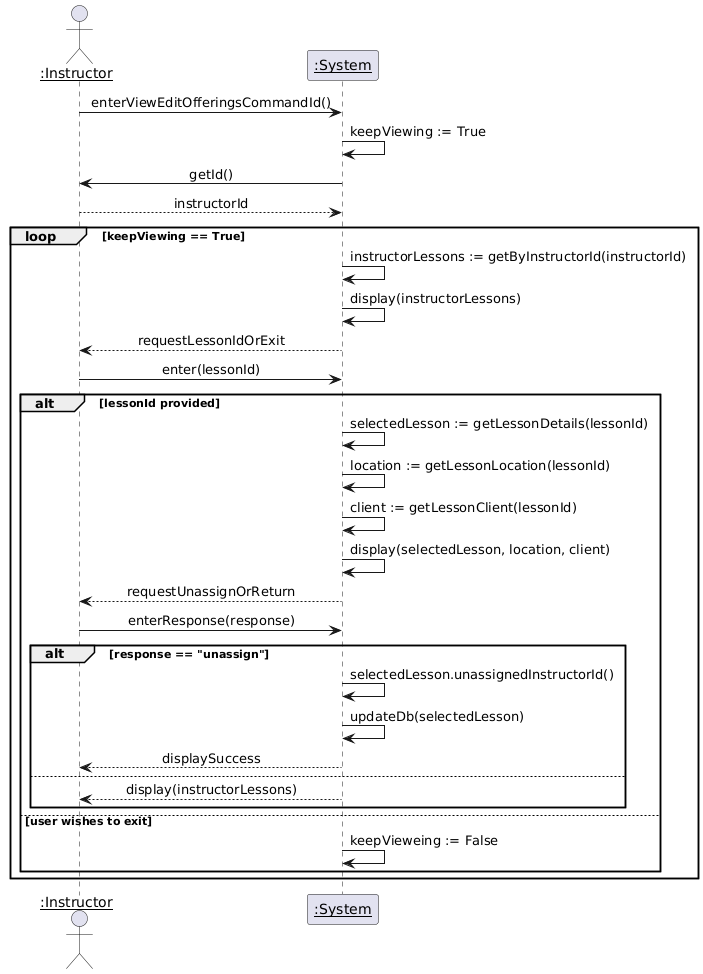
Niravanaa/Alouer-SOEN342 keeps this PlantUML diagram as iterationDeliverables/iteration-2/SystemSequenceDiagrams/Images/Instructor-ViewEditOfferings.png. Above is the earlier version. Source of this version:
```plantuml
@startuml
skinparam sequenceMessageAlign center

actor "<u>:Instructor" as instructor
participant "<u>:System" as system

instructor -> system : enterViewEditOfferingsCommandId()
system -> system : keepViewing := True
system -> instructor : getId()
instructor --> system : instructorId
loop keepViewing == True
    system -> system : instructorLessons := getByInstructorId(instructorId)
    system -> system : display(instructorLessons)
    system --> instructor : requestLessonIdOrExit
    instructor -> system : enter(lessonId)
    alt lessonId provided
        system -> system : selectedLesson := getLessonDetails(lessonId)
        system -> system : location := getLessonLocation(lessonId)
        system -> system : client := getLessonClient(lessonId)
        system -> system : display(selectedLesson, location, client)
        system --> instructor : requestUnassignOrReturn
        instructor -> system : enterResponse(response)
        alt response == "unassign"
            system -> system : selectedLesson.unassignedInstructorId()
            system -> system : updateDb(selectedLesson)
            system --> instructor : displaySuccess
        else
            system --> instructor : display(instructorLessons)
        end
    else user wishes to exit
        system -> system : keepVieweing := False
    end
end
@enduml
```
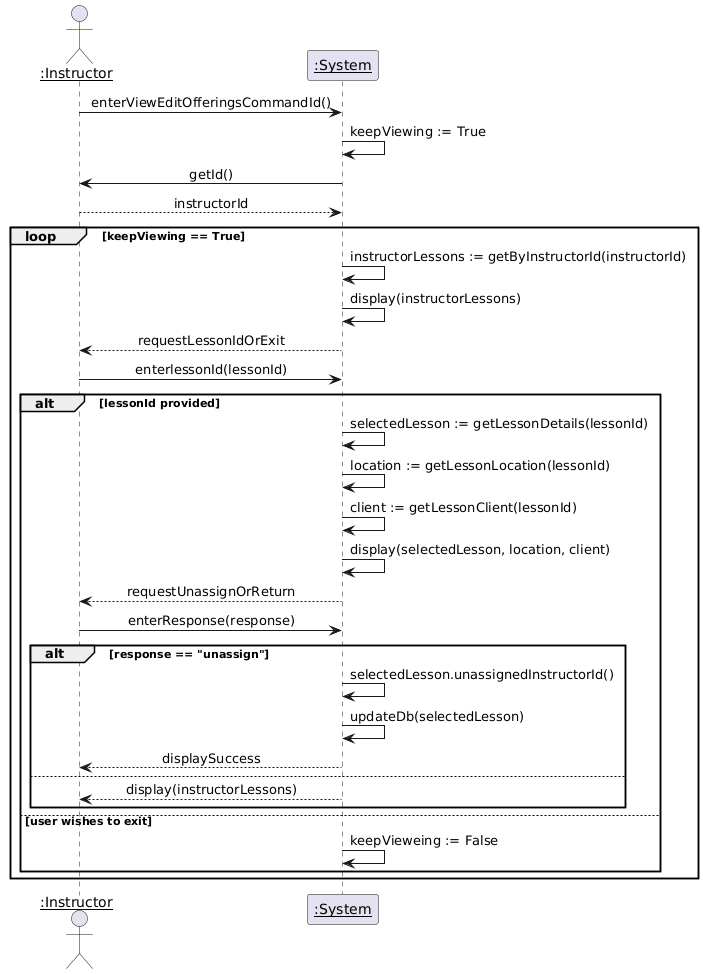
After the change.

Diff of the diagram source:
```diff
@@ -12,7 +12,7 @@
     system -> system : instructorLessons := getByInstructorId(instructorId)
     system -> system : display(instructorLessons)
     system --> instructor : requestLessonIdOrExit
-    instructor -> system : enter(lessonId)
+    instructor -> system : enterlessonId(lessonId)
     alt lessonId provided
         system -> system : selectedLesson := getLessonDetails(lessonId)
         system -> system : location := getLessonLocation(lessonId)
```
